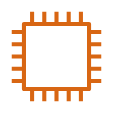
Before: AWS/Untitled Diagram.svg, a diagram exported from draw.io (alexanderoneill/Obsidian). Source tidied: cells renumbered, new cells last; positions are measured from the earlier drawing's top-left corner, leaving out a move shared by most shapes.
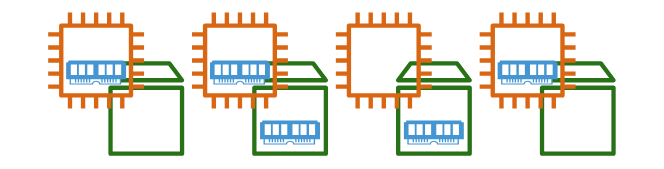
After the commit.

Commit message:
vault backup: 14.08.2023 - 11:11:27

Diff of the diagram source:
```diff
@@ -2,8 +2,44 @@
   <root>
     <mxCell id="0" />
     <mxCell id="1" parent="0" />
+    <mxCell id="3" style="fontColor=#232F3E;gradientColor=none;fillColor=#277116;strokeColor=none;dashed=0;verticalLabelPosition=bottom;verticalAlign=top;align=center;html=1;fontSize=12;fontStyle=0;shape=mxgraph.aws4.volume;" parent="1" vertex="1">
+      <mxGeometry x="170" y="40" width="63.6" height="80" as="geometry" />
+    </mxCell>
+    <mxCell id="4" style="fontColor=#232F3E;gradientColor=none;fillColor=#277116;strokeColor=none;dashed=0;verticalLabelPosition=bottom;verticalAlign=top;align=center;html=1;fontSize=12;fontStyle=0;shape=mxgraph.aws4.volume;" parent="1" vertex="1">
+      <mxGeometry x="50" y="40" width="63.6" height="80" as="geometry" />
+    </mxCell>
+    <mxCell id="5" style="fontColor=#232F3E;gradientColor=none;fillColor=#277116;strokeColor=none;dashed=0;verticalLabelPosition=bottom;verticalAlign=top;align=center;html=1;fontSize=12;fontStyle=0;shape=mxgraph.aws4.volume;" parent="1" vertex="1">
+      <mxGeometry x="290" y="40" width="63.6" height="80" as="geometry" />
+    </mxCell>
     <mxCell id="2" style="fontColor=#232F3E;gradientColor=none;fillColor=#D86613;strokeColor=none;dashed=0;verticalLabelPosition=bottom;verticalAlign=top;align=center;html=1;fontSize=12;fontStyle=0;shape=mxgraph.aws4.instance2;" parent="1" vertex="1">
       <mxGeometry width="80" height="80" as="geometry" />
     </mxCell>
+    <mxCell id="6" style="shadow=0;dashed=0;html=1;strokeColor=none;fillColor=#4495D1;labelPosition=center;verticalLabelPosition=bottom;verticalAlign=top;align=center;shape=mxgraph.veeam.ram;" parent="1" vertex="1">
+      <mxGeometry x="15" y="40" width="50" height="20" as="geometry" />
+    </mxCell>
+    <mxCell id="7" style="fontColor=#232F3E;gradientColor=none;fillColor=#D86613;strokeColor=none;dashed=0;verticalLabelPosition=bottom;verticalAlign=top;align=center;html=1;fontSize=12;fontStyle=0;shape=mxgraph.aws4.instance2;" parent="1" vertex="1">
+      <mxGeometry x="120" width="80" height="80" as="geometry" />
+    </mxCell>
+    <mxCell id="8" style="shadow=0;dashed=0;html=1;strokeColor=none;fillColor=#4495D1;labelPosition=center;verticalLabelPosition=bottom;verticalAlign=top;align=center;shape=mxgraph.veeam.ram;" parent="1" vertex="1">
+      <mxGeometry x="255" y="40" width="50" height="20" as="geometry" />
+    </mxCell>
+    <mxCell id="9" style="fontColor=#232F3E;gradientColor=none;fillColor=#D86613;strokeColor=none;dashed=0;verticalLabelPosition=bottom;verticalAlign=top;align=center;html=1;fontSize=12;fontStyle=0;shape=mxgraph.aws4.instance2;" parent="1" vertex="1">
+      <mxGeometry x="240" width="80" height="80" as="geometry" />
+    </mxCell>
+    <mxCell id="10" style="shadow=0;dashed=0;html=1;strokeColor=none;fillColor=#4495D1;labelPosition=center;verticalLabelPosition=bottom;verticalAlign=top;align=center;shape=mxgraph.veeam.ram;" parent="1" vertex="1">
+      <mxGeometry x="176.8" y="90" width="50" height="20" as="geometry" />
+    </mxCell>
+    <mxCell id="11" style="fontColor=#232F3E;gradientColor=none;fillColor=#277116;strokeColor=none;dashed=0;verticalLabelPosition=bottom;verticalAlign=top;align=center;html=1;fontSize=12;fontStyle=0;shape=mxgraph.aws4.volume;" parent="1" vertex="1">
+      <mxGeometry x="-70" y="40" width="63.6" height="80" as="geometry" />
+    </mxCell>
+    <mxCell id="12" style="fontColor=#232F3E;gradientColor=none;fillColor=#D86613;strokeColor=none;dashed=0;verticalLabelPosition=bottom;verticalAlign=top;align=center;html=1;fontSize=12;fontStyle=0;shape=mxgraph.aws4.instance2;" parent="1" vertex="1">
+      <mxGeometry x="-120" width="80" height="80" as="geometry" />
+    </mxCell>
+    <mxCell id="13" style="shadow=0;dashed=0;html=1;strokeColor=none;fillColor=#4495D1;labelPosition=center;verticalLabelPosition=bottom;verticalAlign=top;align=center;shape=mxgraph.veeam.ram;" parent="1" vertex="1">
+      <mxGeometry x="-105" y="40" width="50" height="20" as="geometry" />
+    </mxCell>
+    <mxCell id="14" style="shadow=0;dashed=0;html=1;strokeColor=none;fillColor=#4495D1;labelPosition=center;verticalLabelPosition=bottom;verticalAlign=top;align=center;shape=mxgraph.veeam.ram;" parent="1" vertex="1">
+      <mxGeometry x="56.8" y="90" width="50" height="20" as="geometry" />
+    </mxCell>
   </root>
 </mxGraphModel>
```
